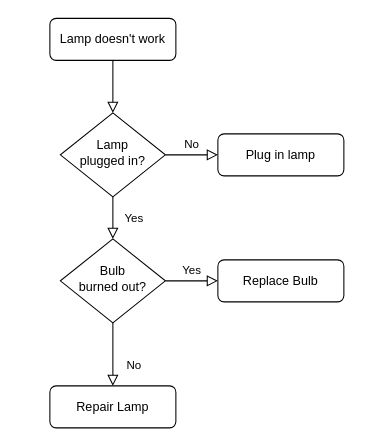
The draw.io diagram 一元一次方程的应用.drawio in sunplanter/Diagram, before the edit. Source tidied: cells renumbered, new cells numbered last; positions are measured from the earlier drawing's top-left corner, leaving out a move shared by most shapes. Both pictures are drawn from the tidied source at 105%, with x=0, y=0 at pixel (49, 18).
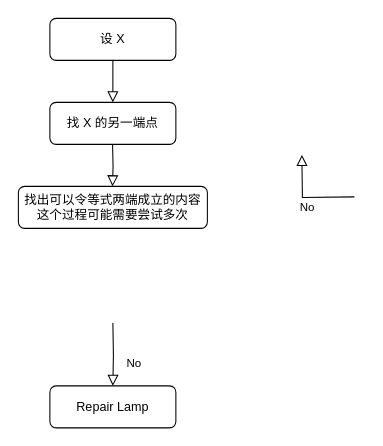
The same diagram, later.

Commit message:
更新一元一次方程的应用.drawio

The edit, as a diff of the source:
```diff
@@
 <mxGraphModel>
   <root>
     <mxCell id="0" />
     <mxCell id="1" parent="0" />
-    <mxCell id="2" style="rounded=0;html=1;jettySize=auto;fontSize=11;endArrow=block;endFill=0;endSize=8;strokeWidth=1;shadow=0;labelBackgroundColor=none;edgeStyle=orthogonalEdgeStyle;" parent="1" edge="1" source="3" target="6">
-      <mxGeometry relative="1" as="geometry" />
+    <mxCell id="2" style="rounded=0;html=1;jettySize=auto;fontSize=11;endArrow=block;endFill=0;endSize=8;strokeWidth=1;shadow=0;labelBackgroundColor=none;edgeStyle=orthogonalEdgeStyle;" parent="1" edge="1" source="3">
+      <mxGeometry relative="1" as="geometry">
+        <mxPoint x="60" y="80" as="targetPoint" />
+      </mxGeometry>
     </mxCell>
-    <mxCell id="3" value="Lamp doesn't work" style="rounded=1;whiteSpace=wrap;html=1;fontSize=12;glass=0;strokeWidth=1;shadow=0;" parent="1" vertex="1">
+    <mxCell id="3" value="设 X" style="rounded=1;whiteSpace=wrap;html=1;fontSize=12;glass=0;strokeWidth=1;shadow=0;" parent="1" vertex="1">
       <mxGeometry width="120" height="40" as="geometry" />
     </mxCell>
-    <mxCell id="4" value="Yes" style="rounded=0;html=1;jettySize=auto;fontSize=11;endArrow=block;endFill=0;endSize=8;strokeWidth=1;shadow=0;labelBackgroundColor=none;edgeStyle=orthogonalEdgeStyle;" parent="1" edge="1" source="6" target="10">
-      <mxGeometry y="20" relative="1" as="geometry" />
-    </mxCell>
-    <mxCell id="5" value="No" style="edgeStyle=orthogonalEdgeStyle;rounded=0;html=1;jettySize=auto;fontSize=11;endArrow=block;endFill=0;endSize=8;strokeWidth=1;shadow=0;labelBackgroundColor=none;" parent="1" edge="1" source="6" target="7">
-      <mxGeometry y="10" relative="1" as="geometry" />
+    <mxCell id="5" value="No" style="edgeStyle=orthogonalEdgeStyle;rounded=0;html=1;jettySize=auto;orthogonalLoop=1;fontSize=11;endArrow=block;endFill=0;endSize=8;strokeWidth=1;shadow=0;labelBackgroundColor=none;" parent="1" edge="1">
+      <mxGeometry y="10" relative="1" as="geometry">
+        <mxPoint x="290" y="170" as="sourcePoint" />
+        <mxPoint x="240" y="130" as="targetPoint" />
+      </mxGeometry>
     </mxCell>
-    <mxCell id="6" value="Lamp&lt;br&gt;plugged in?" style="rhombus;whiteSpace=wrap;html=1;shadow=0;fontFamily=Helvetica;fontSize=12;align=center;strokeWidth=1;spacing=6;spacingTop=-4;" parent="1" vertex="1">
-      <mxGeometry x="10" y="90" width="100" height="80" as="geometry" />
-    </mxCell>
-    <mxCell id="7" value="Plug in lamp" style="rounded=1;whiteSpace=wrap;html=1;fontSize=12;glass=0;strokeWidth=1;shadow=0;" parent="1" vertex="1">
-      <mxGeometry x="160" y="110" width="120" height="40" as="geometry" />
+    <mxCell id="7" value="找 X 的另一端点" style="rounded=1;whiteSpace=wrap;html=1;fontSize=12;glass=0;strokeWidth=1;shadow=0;" parent="1" vertex="1">
+      <mxGeometry y="80" width="120" height="40" as="geometry" />
     </mxCell>
-    <mxCell id="8" value="No" style="rounded=0;html=1;jettySize=auto;fontSize=11;endArrow=block;endFill=0;endSize=8;strokeWidth=1;shadow=0;labelBackgroundColor=none;edgeStyle=orthogonalEdgeStyle;" parent="1" edge="1" source="10" target="11">
-      <mxGeometry x="0.33" y="20" relative="1" as="geometry" />
+    <mxCell id="8" value="No" style="rounded=0;html=1;jettySize=auto;fontSize=11;endArrow=block;endFill=0;endSize=8;strokeWidth=1;shadow=0;labelBackgroundColor=none;edgeStyle=orthogonalEdgeStyle;" parent="1" edge="1" target="11">
+      <mxGeometry x="0.33" y="20" relative="1" as="geometry">
+        <mxPoint x="60" y="290" as="sourcePoint" />
+      </mxGeometry>
     </mxCell>
-    <mxCell id="9" value="Yes" style="edgeStyle=orthogonalEdgeStyle;rounded=0;html=1;jettySize=auto;fontSize=11;endArrow=block;endFill=0;endSize=8;strokeWidth=1;shadow=0;labelBackgroundColor=none;" parent="1" edge="1" source="10" target="12">
-      <mxGeometry y="10" relative="1" as="geometry" />
-    </mxCell>
-    <mxCell id="10" value="Bulb&lt;br&gt;burned out?" style="rhombus;whiteSpace=wrap;html=1;shadow=0;fontFamily=Helvetica;fontSize=12;align=center;strokeWidth=1;spacing=6;spacingTop=-4;" parent="1" vertex="1">
-      <mxGeometry x="10" y="210" width="100" height="80" as="geometry" />
-    </mxCell>
     <mxCell id="11" value="Repair Lamp" style="rounded=1;whiteSpace=wrap;html=1;fontSize=12;glass=0;strokeWidth=1;shadow=0;" parent="1" vertex="1">
       <mxGeometry y="350" width="120" height="40" as="geometry" />
     </mxCell>
-    <mxCell id="12" value="Replace Bulb" style="rounded=1;whiteSpace=wrap;html=1;fontSize=12;glass=0;strokeWidth=1;shadow=0;" parent="1" vertex="1">
-      <mxGeometry x="160" y="230" width="120" height="40" as="geometry" />
+    <mxCell id="12" value="找出可以令等式两端成立的内容&lt;div&gt;这个过程可能需要尝试多次&lt;/div&gt;" style="rounded=1;whiteSpace=wrap;html=1;fontSize=12;glass=0;strokeWidth=1;shadow=0;" parent="1" vertex="1">
+      <mxGeometry x="-30" y="160" width="180" height="40" as="geometry" />
     </mxCell>
+    <mxCell id="13" style="rounded=0;html=1;jettySize=auto;orthogonalLoop=1;fontSize=11;endArrow=block;endFill=0;endSize=8;strokeWidth=1;shadow=0;labelBackgroundColor=none;edgeStyle=orthogonalEdgeStyle;" parent="1" edge="1">
+      <mxGeometry relative="1" as="geometry">
+        <mxPoint x="59.7" y="120" as="sourcePoint" />
+        <mxPoint x="59.7" y="160" as="targetPoint" />
+      </mxGeometry>
+    </mxCell>
   </root>
 </mxGraphModel>
```
